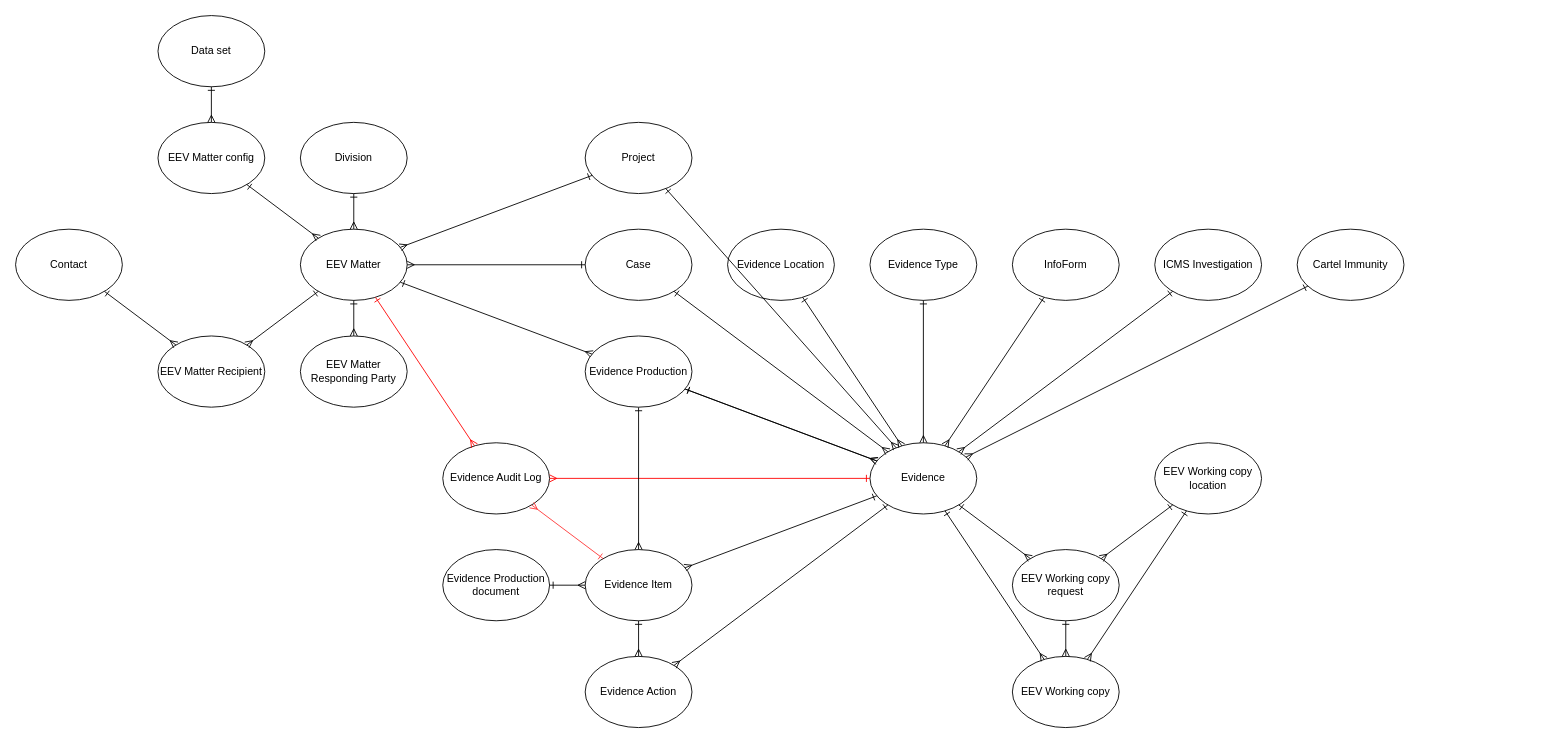
Earlier version of the draw.io diagram page "Page-1" (1 of 2) of Untitled Diagram.drawio (danieldotskc/helloworld). Source tidied: cells renumbered, new cells numbered last; positions are measured from the earlier drawing's top-left corner, leaving out a move shared by most shapes. Both pictures are drawn from the tidied source at 89%, with x=0, y=0 at pixel (15, 15).
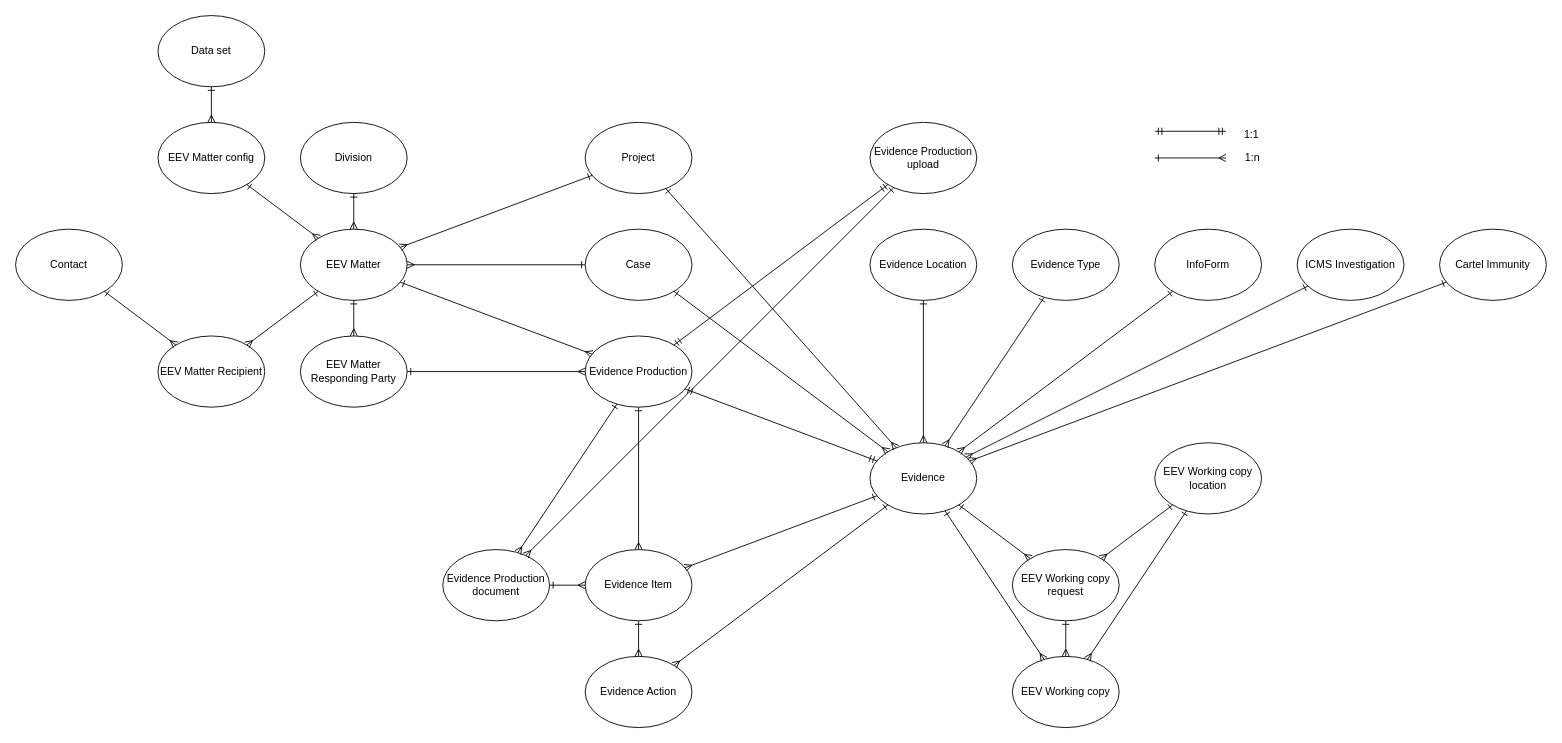
Above is the later version.

Unchanged cells that the change refers to:
```xml
<mxCell id="2" value="EEV Matter" style="ellipse;whiteSpace=wrap;html=1;" parent="1" vertex="1">
  <mxGeometry x="320" y="240" width="120" height="80" as="geometry" />
</mxCell>
<mxCell id="17" value="EEV Matter Responding Party" style="ellipse;whiteSpace=wrap;html=1;" parent="1" vertex="1">
  <mxGeometry x="320" y="360" width="120" height="80" as="geometry" />
</mxCell>
<mxCell id="20" value="Evidence" style="ellipse;whiteSpace=wrap;html=1;" parent="1" vertex="1">
  <mxGeometry x="960" y="480" width="120" height="80" as="geometry" />
</mxCell>
<mxCell id="44" value="Evidence Item" style="ellipse;whiteSpace=wrap;html=1;" parent="1" vertex="1">
  <mxGeometry x="640" y="600" width="120" height="80" as="geometry" />
</mxCell>
<mxCell id="52" value="Evidence Production document" style="ellipse;whiteSpace=wrap;html=1;" parent="1" vertex="1">
  <mxGeometry x="480" y="600" width="120" height="80" as="geometry" />
</mxCell>
<mxCell id="55" value="Evidence Production" style="ellipse;whiteSpace=wrap;html=1;" parent="1" vertex="1">
  <mxGeometry x="640" y="360" width="120" height="80" as="geometry" />
</mxCell>
```

Change to the diagram source:
```diff
@@
     <mxCell id="29" value="InfoForm" style="ellipse;whiteSpace=wrap;html=1;" parent="1" vertex="1">
-      <mxGeometry x="1120" y="240" width="120" height="80" as="geometry" />
+      <mxGeometry x="1280" y="240" width="120" height="80" as="geometry" />
     </mxCell>
@@
     <mxCell id="32" value="Evidence Location" style="ellipse;whiteSpace=wrap;html=1;" parent="1" vertex="1">
-      <mxGeometry x="800" y="240" width="120" height="80" as="geometry" />
+      <mxGeometry x="960" y="240" width="120" height="80" as="geometry" />
     </mxCell>
@@
     <mxCell id="34" value="Evidence Type" style="ellipse;whiteSpace=wrap;html=1;" parent="1" vertex="1">
-      <mxGeometry x="960" y="240" width="120" height="80" as="geometry" />
+      <mxGeometry x="1120" y="240" width="120" height="80" as="geometry" />
     </mxCell>
@@
-    <mxCell id="36" style="endArrow=ERone;html=1;rounded=0;startArrow=ERmany;startFill=0;endFill=0;" parent="1" edge="1" source="20" target="55">
-      <mxGeometry relative="1" as="geometry" />
-    </mxCell>
     <mxCell id="37" value="ICMS Investigation" style="ellipse;whiteSpace=wrap;html=1;" parent="1" vertex="1">
-      <mxGeometry x="1280" y="240" width="120" height="80" as="geometry" />
+      <mxGeometry x="1440" y="240" width="120" height="80" as="geometry" />
     </mxCell>
@@
     <mxCell id="40" value="Cartel Immunity" style="ellipse;whiteSpace=wrap;html=1;" parent="1" vertex="1">
-      <mxGeometry x="1440" y="240" width="120" height="80" as="geometry" />
+      <mxGeometry x="1600" y="240" width="120" height="80" as="geometry" />
     </mxCell>
@@
-    <mxCell id="46" value="Evidence Audit Log" style="ellipse;whiteSpace=wrap;html=1;" parent="1" vertex="1">
-      <mxGeometry x="480" y="480" width="120" height="80" as="geometry" />
-    </mxCell>
-    <mxCell id="47" style="endArrow=ERone;html=1;rounded=0;startArrow=ERmany;startFill=0;endFill=0;strokeColor=#FF0000;" parent="1" edge="1" source="46" target="2">
-      <mxGeometry relative="1" as="geometry" />
-    </mxCell>
-    <mxCell id="48" style="endArrow=ERone;html=1;rounded=0;startArrow=ERmany;startFill=0;endFill=0;strokeColor=#FF0000;" parent="1" edge="1" source="46" target="20">
-      <mxGeometry relative="1" as="geometry" />
-    </mxCell>
-    <mxCell id="49" style="endArrow=ERone;html=1;rounded=0;startArrow=ERmany;startFill=0;endFill=0;strokeColor=#FF3333;" parent="1" edge="1" source="46" target="44">
-      <mxGeometry relative="1" as="geometry" />
-    </mxCell>
@@
-    <mxCell id="54" style="endArrow=ERone;html=1;rounded=0;startArrow=ERmany;startFill=0;endFill=0;" parent="1" edge="1" source="20" target="55">
-      <mxGeometry relative="1" as="geometry" />
-    </mxCell>
@@
+    <mxCell id="56" style="endArrow=ERone;html=1;rounded=0;startArrow=ERmany;startFill=0;endFill=0;" parent="1" edge="1" source="55" target="17">
+      <mxGeometry relative="1" as="geometry" />
+    </mxCell>
+    <mxCell id="57" value="Evidence Production upload" style="ellipse;whiteSpace=wrap;html=1;" parent="1" vertex="1">
+      <mxGeometry x="960" y="120" width="120" height="80" as="geometry" />
+    </mxCell>
+    <mxCell id="58" style="endArrow=ERone;html=1;rounded=0;startArrow=ERmany;startFill=0;endFill=0;" parent="1" edge="1" source="52" target="55">
+      <mxGeometry relative="1" as="geometry" />
+    </mxCell>
+    <mxCell id="59" style="endArrow=ERone;html=1;rounded=0;startArrow=ERmany;startFill=0;endFill=0;" parent="1" edge="1" source="52" target="57">
+      <mxGeometry relative="1" as="geometry" />
+    </mxCell>
+    <mxCell id="60" style="endArrow=ERmandOne;html=1;rounded=0;startArrow=ERmandOne;startFill=0;endFill=0;" parent="1" edge="1" source="55" target="57">
+      <mxGeometry relative="1" as="geometry" />
+    </mxCell>
+    <mxCell id="61" style="endArrow=ERmandOne;html=1;rounded=0;startArrow=ERmandOne;startFill=0;endFill=0;" parent="1" edge="1" source="55" target="20">
+      <mxGeometry relative="1" as="geometry" />
+    </mxCell>
+    <mxCell id="62" style="endArrow=ERmandOne;html=1;rounded=0;startArrow=ERmandOne;startFill=0;endFill=0;" parent="1" edge="1">
+      <mxGeometry relative="1" as="geometry">
+        <mxPoint x="1280" y="130" as="sourcePoint" />
+        <mxPoint x="1360" y="130" as="targetPoint" />
+      </mxGeometry>
+    </mxCell>
+    <mxCell id="63" value="1:1" style="text;html=1;align=center;verticalAlign=middle;whiteSpace=wrap;rounded=0;" parent="1" vertex="1">
+      <mxGeometry x="1360" y="123" width="58" height="22" as="geometry" />
+    </mxCell>
+    <mxCell id="64" style="endArrow=ERone;html=1;rounded=0;startArrow=ERmany;startFill=0;endFill=0;" parent="1" edge="1">
+      <mxGeometry relative="1" as="geometry">
+        <mxPoint x="1360" y="160" as="sourcePoint" />
+        <mxPoint x="1280" y="160" as="targetPoint" />
+      </mxGeometry>
+    </mxCell>
+    <mxCell id="65" value="1:n" style="text;html=1;align=center;verticalAlign=middle;whiteSpace=wrap;rounded=0;" parent="1" vertex="1">
+      <mxGeometry x="1360" y="145" width="60" height="30" as="geometry" />
+    </mxCell>
```
